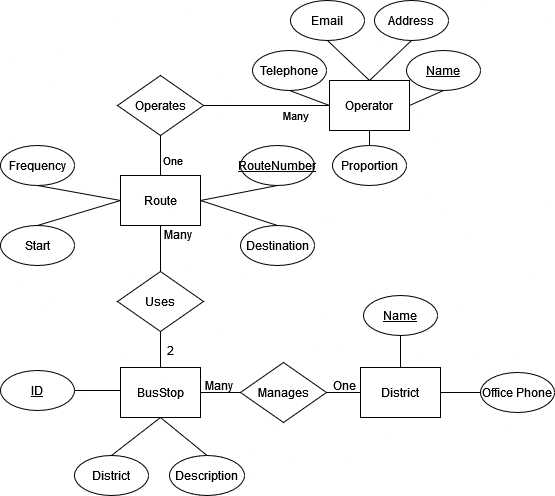
Before: Images/coursework1ERdiagram.png, a diagram exported from draw.io (chloeloveland/obsidian-backup). Source tidied: cells renumbered, new cells last; positions are measured from the earlier drawing's top-left corner, leaving out a move shared by most shapes.
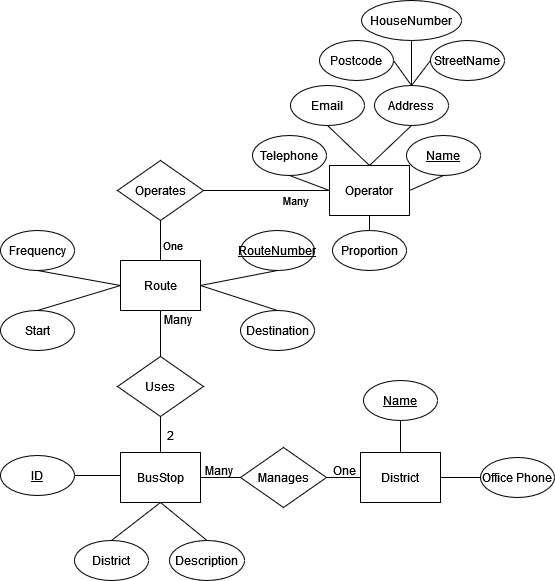
Later version of the same file.

Commit message:
vault backup: 2024-11-12 19:11:52

What changed in the source:
```diff
@@ -145,5 +145,23 @@
     <mxCell id="48" value="RouteNumber" style="ellipse;whiteSpace=wrap;html=1;rounded=0;labelBackgroundColor=none;fontStyle=4;" parent="1" vertex="1">
       <mxGeometry x="240" y="145" width="74" height="40" as="geometry" />
     </mxCell>
+    <mxCell id="49" style="edgeStyle=none;shape=connector;curved=0;rounded=0;jumpStyle=none;jettySize=auto;html=1;exitX=1;exitY=0.5;exitDx=0;exitDy=0;entryX=0.5;entryY=0;entryDx=0;entryDy=0;strokeColor=default;align=center;verticalAlign=middle;fontFamily=Helvetica;fontSize=11;fontColor=default;labelBackgroundColor=none;endArrow=none;" parent="1" edge="1" source="50" target="30">
+      <mxGeometry relative="1" as="geometry" />
+    </mxCell>
+    <mxCell id="50" value="Postcode" style="ellipse;whiteSpace=wrap;html=1;rounded=0;labelBackgroundColor=none;" parent="1" vertex="1">
+      <mxGeometry x="319" y="-45" width="74" height="40" as="geometry" />
+    </mxCell>
+    <mxCell id="51" style="edgeStyle=none;shape=connector;curved=0;rounded=0;jumpStyle=none;jettySize=auto;html=1;exitX=0;exitY=0.5;exitDx=0;exitDy=0;entryX=0.5;entryY=0;entryDx=0;entryDy=0;strokeColor=default;align=center;verticalAlign=middle;fontFamily=Helvetica;fontSize=11;fontColor=default;labelBackgroundColor=none;endArrow=none;" parent="1" edge="1" source="52" target="30">
+      <mxGeometry relative="1" as="geometry" />
+    </mxCell>
+    <mxCell id="52" value="StreetName" style="ellipse;whiteSpace=wrap;html=1;rounded=0;labelBackgroundColor=none;" parent="1" vertex="1">
+      <mxGeometry x="430" y="-45" width="74" height="40" as="geometry" />
+    </mxCell>
+    <mxCell id="53" style="edgeStyle=none;shape=connector;curved=0;rounded=0;jumpStyle=none;jettySize=auto;html=1;entryX=0.5;entryY=0;entryDx=0;entryDy=0;strokeColor=default;align=center;verticalAlign=middle;fontFamily=Helvetica;fontSize=11;fontColor=default;labelBackgroundColor=none;endArrow=none;" parent="1" edge="1" source="54" target="30">
+      <mxGeometry relative="1" as="geometry" />
+    </mxCell>
+    <mxCell id="54" value="HouseNumber" style="ellipse;whiteSpace=wrap;html=1;rounded=0;labelBackgroundColor=none;" parent="1" vertex="1">
+      <mxGeometry x="361" y="-85" width="100" height="40" as="geometry" />
+    </mxCell>
   </root>
 </mxGraphModel>
```
